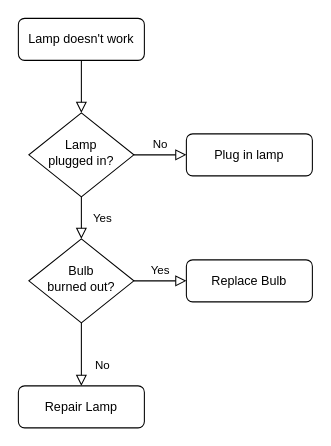
The draw.io diagram test.drawio in Niinjoy/Imgbed, before the edit. Source tidied: cells renumbered, new cells numbered last; positions are measured from the earlier drawing's top-left corner, leaving out a move shared by most shapes. Both pictures are drawn from the tidied source at 105%, with x=0, y=0 at pixel (18, 18).
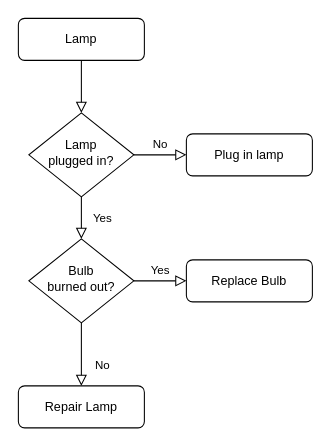
After the change.

Change to the diagram source:
```diff
@@
 <mxGraphModel>
   <root>
     <mxCell id="0" />
     <mxCell id="1" parent="0" />
     <mxCell id="2" style="rounded=0;html=1;jettySize=auto;fontSize=11;endArrow=block;endFill=0;endSize=8;strokeWidth=1;shadow=0;labelBackgroundColor=none;edgeStyle=orthogonalEdgeStyle;" parent="1" edge="1" source="3" target="6">
       <mxGeometry relative="1" as="geometry" />
     </mxCell>
-    <mxCell id="3" value="Lamp doesn't work" style="rounded=1;whiteSpace=wrap;html=1;fontSize=12;glass=0;strokeWidth=1;shadow=0;" parent="1" vertex="1">
+    <mxCell id="3" value="Lamp" style="rounded=1;whiteSpace=wrap;html=1;fontSize=12;glass=0;strokeWidth=1;shadow=0;" parent="1" vertex="1">
       <mxGeometry width="120" height="40" as="geometry" />
     </mxCell>
     <mxCell id="4" value="Yes" style="rounded=0;html=1;jettySize=auto;fontSize=11;endArrow=block;endFill=0;endSize=8;strokeWidth=1;shadow=0;labelBackgroundColor=none;edgeStyle=orthogonalEdgeStyle;" parent="1" edge="1" source="6" target="10">
       <mxGeometry y="20" relative="1" as="geometry" />
     </mxCell>
     <mxCell id="5" value="No" style="edgeStyle=orthogonalEdgeStyle;rounded=0;html=1;jettySize=auto;fontSize=11;endArrow=block;endFill=0;endSize=8;strokeWidth=1;shadow=0;labelBackgroundColor=none;" parent="1" edge="1" source="6" target="7">
       <mxGeometry y="10" relative="1" as="geometry" />
     </mxCell>
     <mxCell id="6" value="Lamp&lt;br&gt;plugged in?" style="rhombus;whiteSpace=wrap;html=1;shadow=0;fontFamily=Helvetica;fontSize=12;align=center;strokeWidth=1;spacing=6;spacingTop=-4;" parent="1" vertex="1">
       <mxGeometry x="10" y="90" width="100" height="80" as="geometry" />
     </mxCell>
     <mxCell id="7" value="Plug in lamp" style="rounded=1;whiteSpace=wrap;html=1;fontSize=12;glass=0;strokeWidth=1;shadow=0;" parent="1" vertex="1">
       <mxGeometry x="160" y="110" width="120" height="40" as="geometry" />
     </mxCell>
     <mxCell id="8" value="No" style="rounded=0;html=1;jettySize=auto;fontSize=11;endArrow=block;endFill=0;endSize=8;strokeWidth=1;shadow=0;labelBackgroundColor=none;edgeStyle=orthogonalEdgeStyle;" parent="1" edge="1" source="10" target="11">
       <mxGeometry x="0.33" y="20" relative="1" as="geometry" />
     </mxCell>
     <mxCell id="9" value="Yes" style="edgeStyle=orthogonalEdgeStyle;rounded=0;html=1;jettySize=auto;fontSize=11;endArrow=block;endFill=0;endSize=8;strokeWidth=1;shadow=0;labelBackgroundColor=none;" parent="1" edge="1" source="10" target="12">
       <mxGeometry y="10" relative="1" as="geometry" />
     </mxCell>
     <mxCell id="10" value="Bulb&lt;br&gt;burned out?" style="rhombus;whiteSpace=wrap;html=1;shadow=0;fontFamily=Helvetica;fontSize=12;align=center;strokeWidth=1;spacing=6;spacingTop=-4;" parent="1" vertex="1">
       <mxGeometry x="10" y="210" width="100" height="80" as="geometry" />
     </mxCell>
     <mxCell id="11" value="Repair Lamp" style="rounded=1;whiteSpace=wrap;html=1;fontSize=12;glass=0;strokeWidth=1;shadow=0;" parent="1" vertex="1">
       <mxGeometry y="350" width="120" height="40" as="geometry" />
     </mxCell>
     <mxCell id="12" value="Replace Bulb" style="rounded=1;whiteSpace=wrap;html=1;fontSize=12;glass=0;strokeWidth=1;shadow=0;" parent="1" vertex="1">
       <mxGeometry x="160" y="230" width="120" height="40" as="geometry" />
     </mxCell>
   </root>
 </mxGraphModel>
```
